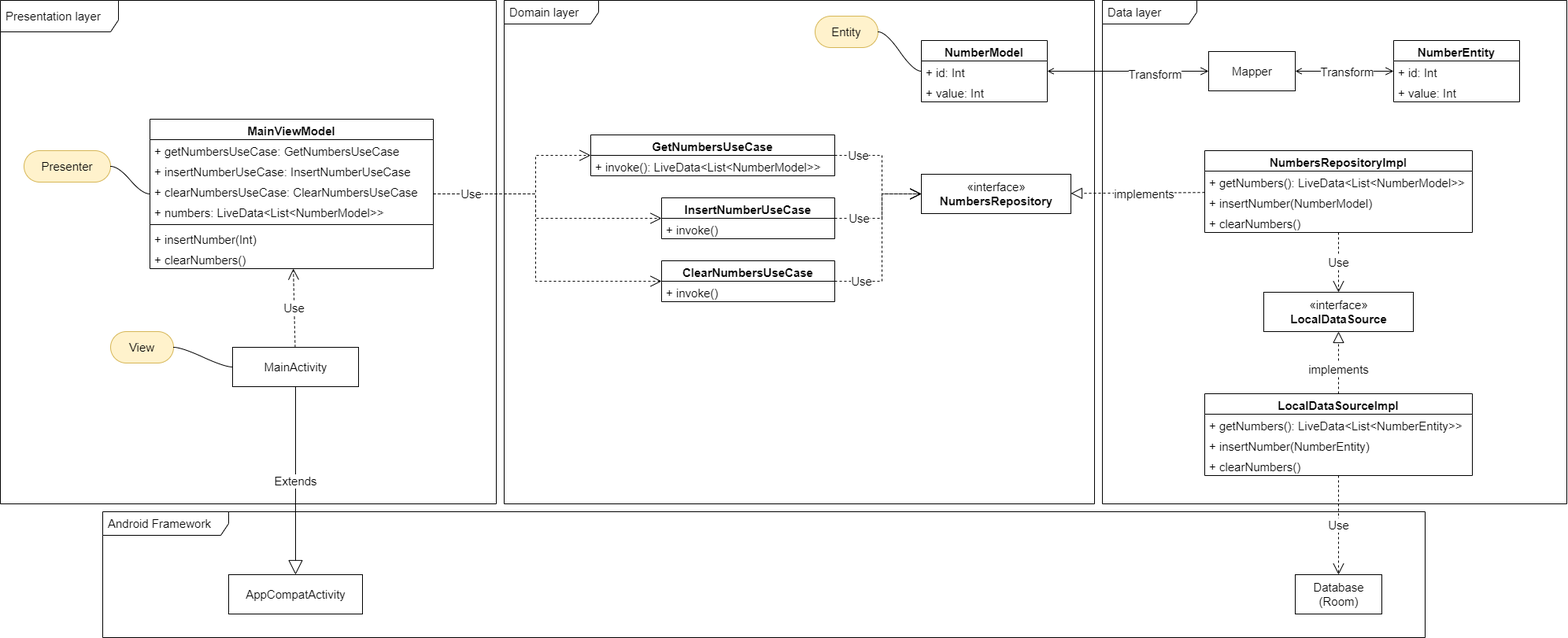
Earlier version of the draw.io export cleanArchitecture-Page-1.drawio.png (taehee28/CleanArchitectureStudy). Source tidied: cells renumbered, new cells last; positions are measured from the earlier drawing's top-left corner, leaving out a move shared by most shapes.
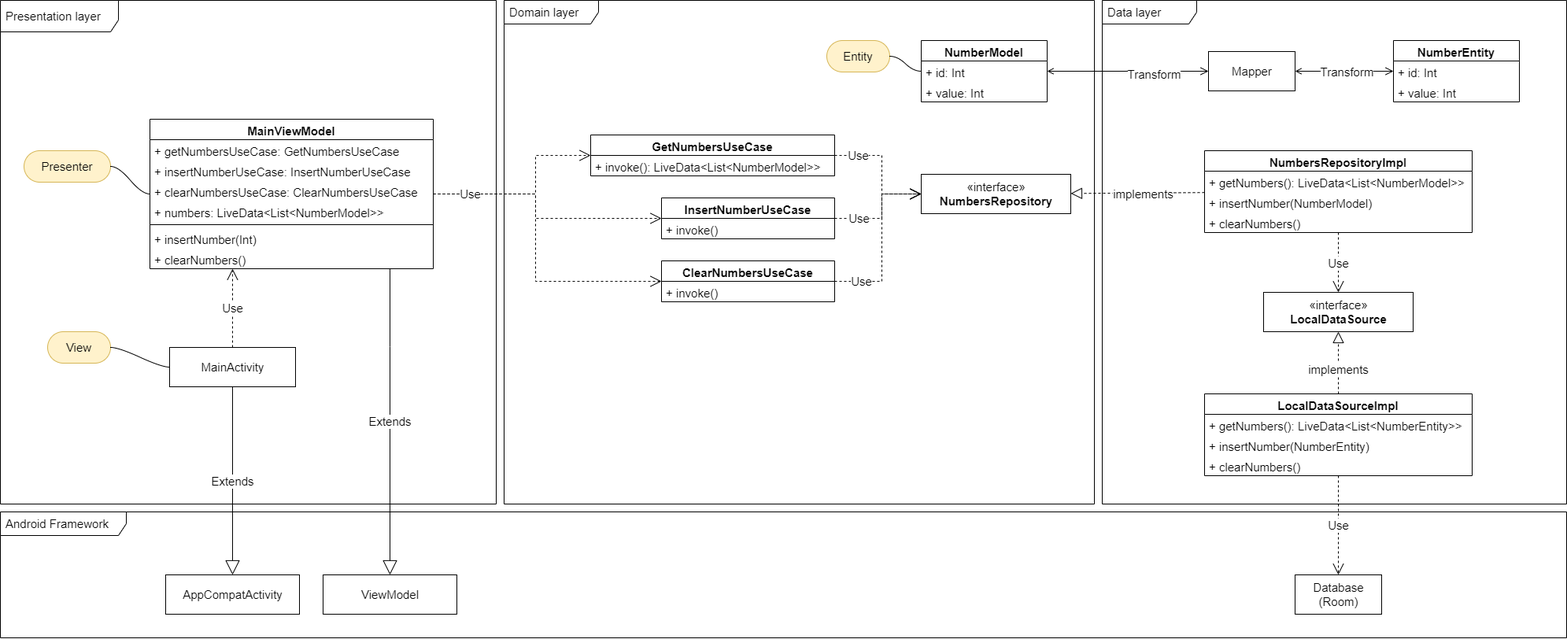
Above is the later version.

Diff of the diagram source:
```diff
@@ -123,7 +123,7 @@
       <mxGeometry y="164" width="360" height="26" as="geometry" />
     </mxCell>
     <mxCell id="37" value="MainActivity" style="html=1;fontSize=15;" parent="1" vertex="1">
-      <mxGeometry x="295" y="441" width="160" height="50" as="geometry" />
+      <mxGeometry x="215" y="441" width="160" height="50" as="geometry" />
     </mxCell>
     <mxCell id="38" style="endArrow=open;endSize=12;dashed=1;html=1;rounded=0;fontSize=15;edgeStyle=orthogonalEdgeStyle;" parent="1" edge="1" source="29" target="5">
       <mxGeometry x="-0.21" y="-20" relative="1" as="geometry">
@@ -151,7 +151,7 @@
       </mxGeometry>
     </mxCell>
     <mxCell id="41" value="AppCompatActivity" style="html=1;fontSize=15;" parent="1" vertex="1">
-      <mxGeometry x="290" y="730" width="170" height="50" as="geometry" />
+      <mxGeometry x="210" y="730" width="170" height="50" as="geometry" />
     </mxCell>
     <mxCell id="42" style="endArrow=block;dashed=1;endFill=0;endSize=12;html=1;rounded=0;fontSize=15;" parent="1" edge="1" source="20" target="19">
       <mxGeometry relative="1" as="geometry" />
@@ -169,13 +169,13 @@
       <mxGeometry relative="1" as="geometry" />
     </mxCell>
     <mxCell id="47" value="View" style="whiteSpace=wrap;html=1;rounded=1;arcSize=50;align=center;verticalAlign=middle;strokeWidth=1;spacing=4;newEdgeStyle={&quot;edgeStyle&quot;:&quot;entityRelationEdgeStyle&quot;,&quot;startArrow&quot;:&quot;none&quot;,&quot;endArrow&quot;:&quot;none&quot;,&quot;segment&quot;:10,&quot;curved&quot;:1};labelBackgroundColor=none;fontSize=15;fillColor=#fff2cc;strokeColor=#d6b656;" parent="1" vertex="1">
-      <mxGeometry x="140" y="421" width="80" height="40" as="geometry" />
+      <mxGeometry x="60" y="421" width="80" height="40" as="geometry" />
     </mxCell>
     <mxCell id="48" style="edgeStyle=entityRelationEdgeStyle;startArrow=none;endArrow=none;segment=10;curved=1;rounded=0;fontSize=15;" parent="1" edge="1" source="37" target="47">
       <mxGeometry relative="1" as="geometry" />
     </mxCell>
     <mxCell id="49" value="Entity" style="whiteSpace=wrap;html=1;rounded=1;arcSize=50;align=center;verticalAlign=middle;strokeWidth=1;spacing=4;newEdgeStyle={&quot;edgeStyle&quot;:&quot;entityRelationEdgeStyle&quot;,&quot;startArrow&quot;:&quot;none&quot;,&quot;endArrow&quot;:&quot;none&quot;,&quot;segment&quot;:10,&quot;curved&quot;:1};labelBackgroundColor=none;fontSize=15;fillColor=#fff2cc;strokeColor=#d6b656;" parent="1" vertex="1">
-      <mxGeometry x="1035" y="20" width="80" height="40" as="geometry" />
+      <mxGeometry x="1050" y="51" width="80" height="40" as="geometry" />
     </mxCell>
     <mxCell id="50" style="edgeStyle=entityRelationEdgeStyle;startArrow=none;endArrow=none;segment=10;curved=1;rounded=0;fontSize=15;" parent="1" edge="1" source="9" target="49">
       <mxGeometry relative="1" as="geometry" />
@@ -188,8 +188,13 @@
         <mxPoint x="-14" as="offset" />
       </mxGeometry>
     </mxCell>
-    <mxCell id="53" value="Use" style="endArrow=open;endSize=12;dashed=1;html=1;rounded=0;fontSize=15;" parent="1" edge="1" source="37" target="29">
-      <mxGeometry relative="1" as="geometry" />
+    <mxCell id="53" value="Use" style="endArrow=open;endSize=12;dashed=1;html=1;rounded=0;fontSize=15;edgeStyle=orthogonalEdgeStyle;" parent="1" edge="1" source="37" target="29">
+      <mxGeometry relative="1" as="geometry">
+        <Array as="points">
+          <mxPoint x="295" y="350" />
+          <mxPoint x="295" y="350" />
+        </Array>
+      </mxGeometry>
     </mxCell>
     <mxCell id="54" value="Use" style="endArrow=open;endSize=12;dashed=1;html=1;rounded=0;fontSize=15;" parent="1" edge="1" source="20" target="28">
       <mxGeometry relative="1" as="geometry" />
@@ -207,7 +212,7 @@
       <mxGeometry x="1400" width="590" height="640" as="geometry" />
     </mxCell>
     <mxCell id="59" value="Android Framework" style="shape=umlFrame;whiteSpace=wrap;html=1;width=160;height=30;boundedLbl=1;verticalAlign=middle;align=left;spacingLeft=5;labelBackgroundColor=none;fontSize=15;" parent="1" vertex="1">
-      <mxGeometry x="130" y="650" width="1680" height="160" as="geometry" />
+      <mxGeometry y="650" width="1990" height="160" as="geometry" />
     </mxCell>
     <mxCell id="60" style="endArrow=open;startArrow=open;endFill=0;startFill=0;endSize=8;html=1;verticalAlign=bottom;labelBackgroundColor=none;strokeWidth=1;rounded=0;strokeColor=#000000;fontSize=15;" parent="1" edge="1" source="18" target="15">
       <mxGeometry relative="1" as="geometry" />
@@ -223,5 +228,16 @@
     <mxCell id="63" value="Transform" style="edgeLabel;html=1;align=center;verticalAlign=middle;fontSize=15;" parent="62" vertex="1">
       <mxGeometry x="0.33" y="-3" relative="1" as="geometry" />
     </mxCell>
+    <mxCell id="64" value="ViewModel" style="html=1;fontSize=15;" parent="1" vertex="1">
+      <mxGeometry x="410" y="730" width="170" height="50" as="geometry" />
+    </mxCell>
+    <mxCell id="65" value="Extends" style="endArrow=block;endSize=16;endFill=0;html=1;rounded=0;fontSize=15;edgeStyle=orthogonalEdgeStyle;" parent="1" edge="1" source="29" target="64">
+      <mxGeometry relative="1" as="geometry">
+        <Array as="points">
+          <mxPoint x="495" y="440" />
+          <mxPoint x="495" y="440" />
+        </Array>
+      </mxGeometry>
+    </mxCell>
   </root>
 </mxGraphModel>
```
